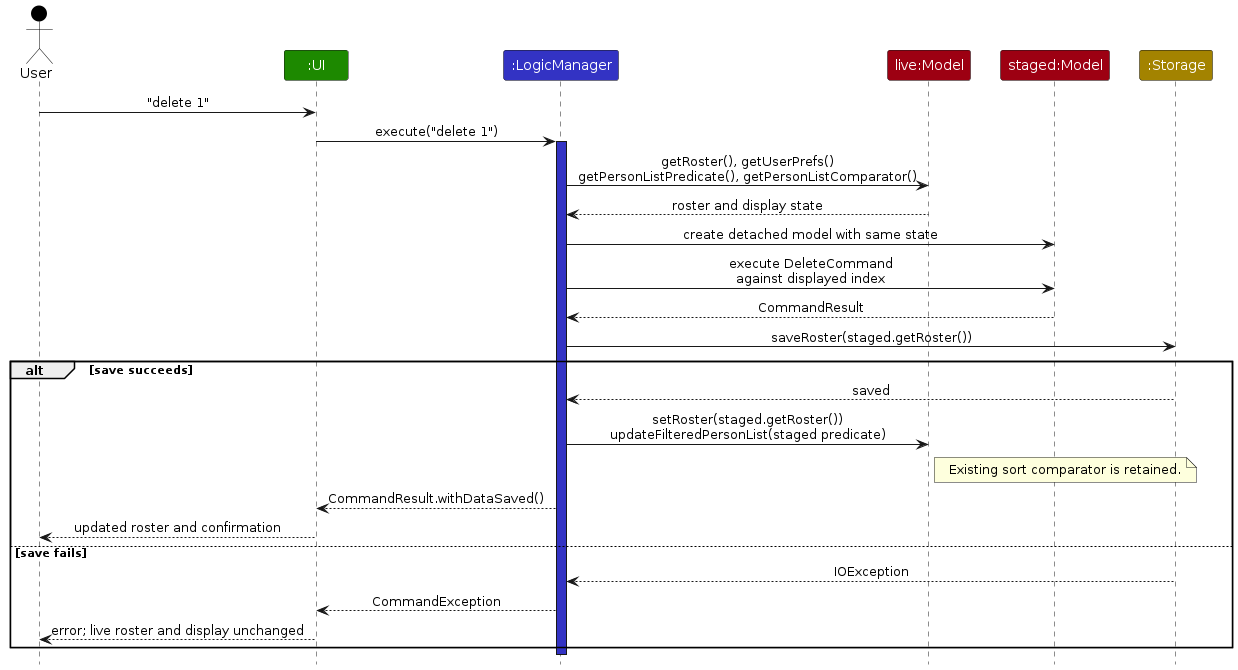
The PlantUML diagram diagrams/ArchitectureSequenceDiagram.png in AY2627S1-CS2103T-T17-2/tp, before a commit. Its source is kept beside it as diagrams/ArchitectureSequenceDiagram.puml. Its diagram source:
```plantuml
@startuml
!include style.puml
skinparam ArrowFontStyle plain

actor User as user USER_COLOR
participant ":UI" as ui UI_COLOR
participant ":LogicManager" as logic LOGIC_COLOR
participant "live:Model" as model MODEL_COLOR
participant "staged:Model" as staged MODEL_COLOR
participant ":Storage" as storage STORAGE_COLOR

user -> ui : "delete 1"
ui -> logic : execute("delete 1")
activate logic LOGIC_COLOR
logic -> model : getRoster(), getUserPrefs()\ngetPersonListPredicate(), getPersonListComparator()
model --> logic : roster and display state
logic -> staged : create detached model with same state
logic -> staged : execute DeleteCommand\nagainst displayed index
staged --> logic : CommandResult
logic -> storage : saveRoster(staged.getRoster())
alt save succeeds
    storage --> logic : saved
    logic -> model : setRoster(staged.getRoster())\nupdateFilteredPersonList(staged predicate)
    note right of model: Existing sort comparator is retained.
    logic --> ui : CommandResult.withDataSaved()
    ui --> user : updated roster and confirmation
else save fails
    storage --> logic : IOException
    logic --> ui : CommandException
    ui --> user : error; live roster and display unchanged
end
deactivate logic
@enduml
```
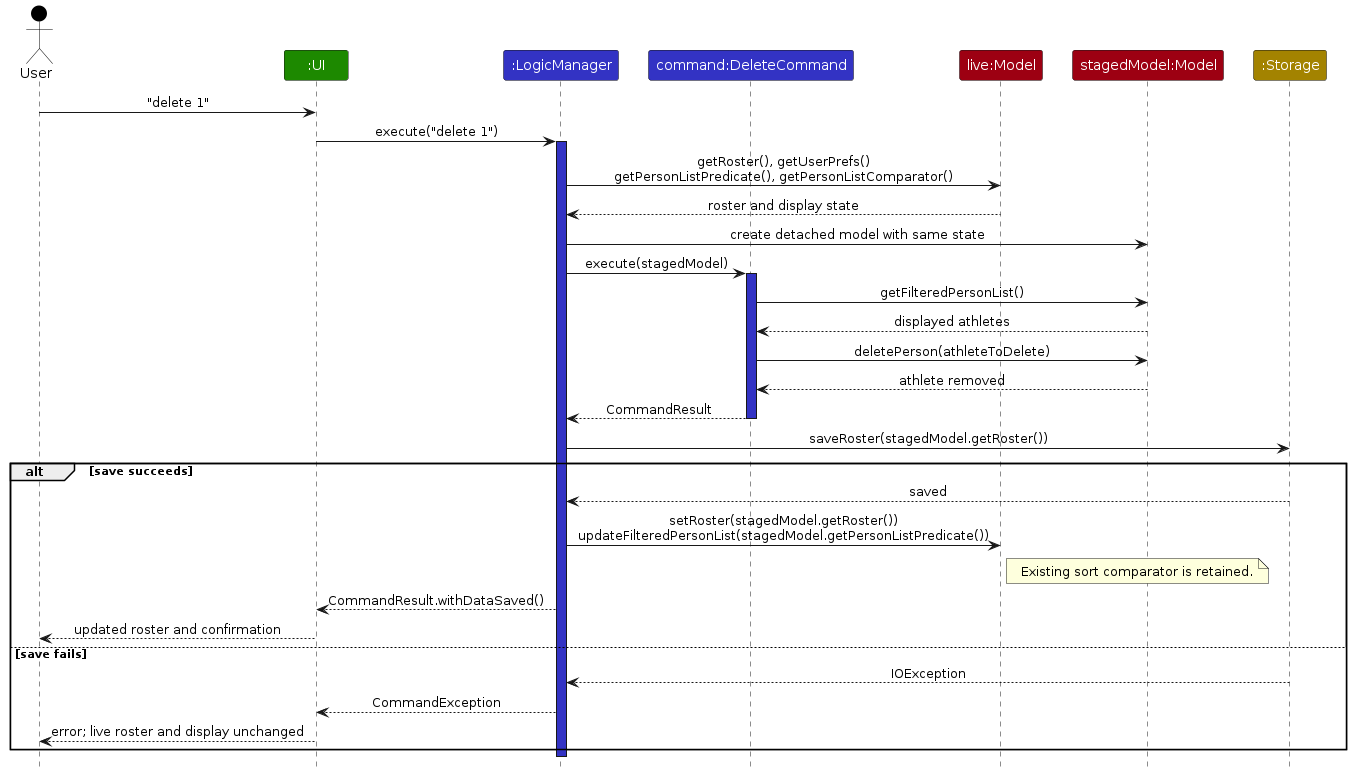
After the commit.

The edit, as a diff of the source:
```diff
@@ -5,8 +5,9 @@
 actor User as user USER_COLOR
 participant ":UI" as ui UI_COLOR
 participant ":LogicManager" as logic LOGIC_COLOR
+participant "command:DeleteCommand" as command LOGIC_COLOR
 participant "live:Model" as model MODEL_COLOR
-participant "staged:Model" as staged MODEL_COLOR
+participant "stagedModel:Model" as staged MODEL_COLOR
 participant ":Storage" as storage STORAGE_COLOR
 
 user -> ui : "delete 1"
@@ -15,12 +16,18 @@
 logic -> model : getRoster(), getUserPrefs()\ngetPersonListPredicate(), getPersonListComparator()
 model --> logic : roster and display state
 logic -> staged : create detached model with same state
-logic -> staged : execute DeleteCommand\nagainst displayed index
-staged --> logic : CommandResult
-logic -> storage : saveRoster(staged.getRoster())
+logic -> command : execute(stagedModel)
+activate command LOGIC_COLOR
+command -> staged : getFilteredPersonList()
+staged --> command : displayed athletes
+command -> staged : deletePerson(athleteToDelete)
+staged --> command : athlete removed
+command --> logic : CommandResult
+deactivate command
+logic -> storage : saveRoster(stagedModel.getRoster())
 alt save succeeds
     storage --> logic : saved
-    logic -> model : setRoster(staged.getRoster())\nupdateFilteredPersonList(staged predicate)
+    logic -> model : setRoster(stagedModel.getRoster())\nupdateFilteredPersonList(stagedModel.getPersonListPredicate())
     note right of model: Existing sort comparator is retained.
     logic --> ui : CommandResult.withDataSaved()
     ui --> user : updated roster and confirmation
```
